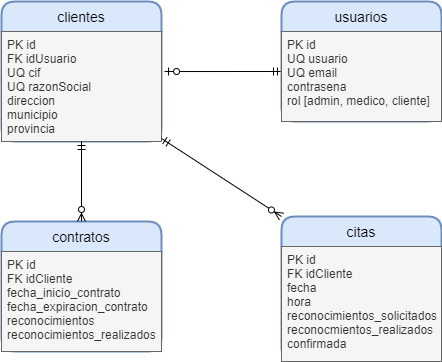
rubenfgr/gestion-citas-medicas keeps this draw.io diagram as drawio/relacional.png. Above is the earlier version. Source tidied: cells renumbered, new cells last; positions are measured from the earlier drawing's top-left corner, leaving out a move shared by most shapes.
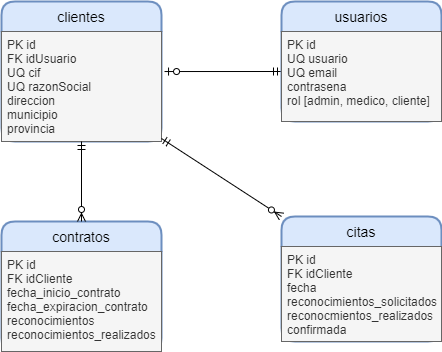
Later version of the same file.

What changed in the source:
```diff
@@ -29,10 +29,10 @@
       <mxGeometry relative="1" as="geometry" />
     </mxCell>
     <mxCell id="10" value="citas" style="swimlane;horizontal=1;startSize=30;rounded=1;fontSize=14;fontStyle=0;strokeWidth=2;shadow=0;dashed=0;align=center;fillColor=#dae8fc;strokeColor=#6c8ebf;swimlaneLine=0;" parent="1" vertex="1">
-      <mxGeometry x="280" y="215" width="160" height="145" as="geometry" />
+      <mxGeometry x="280" y="215" width="160" height="125" as="geometry" />
     </mxCell>
-    <mxCell id="11" value="PK id&#10;FK idCliente&#10;fecha&#10;hora&#10;reconocimientos_solicitados&#10;reconocmientos_realizados&#10;confirmada" style="align=left;spacingLeft=4;fontSize=12;verticalAlign=top;fillColor=#f5f5f5;strokeColor=#666666;fontColor=#333333;rounded=0;glass=0;" parent="10" vertex="1">
-      <mxGeometry y="30" width="160" height="115" as="geometry" />
+    <mxCell id="11" value="PK id&#10;FK idCliente&#10;fecha&#10;reconocimientos_solicitados&#10;reconocmientos_realizados&#10;confirmada" style="align=left;spacingLeft=4;fontSize=12;verticalAlign=top;fillColor=#f5f5f5;strokeColor=#666666;fontColor=#333333;rounded=0;glass=0;" parent="10" vertex="1">
+      <mxGeometry y="30" width="160" height="95" as="geometry" />
     </mxCell>
     <mxCell id="12" style="rounded=0;jettySize=auto;html=1;entryX=0;entryY=0;entryDx=0;entryDy=0;startArrow=ERmandOne;startFill=0;endArrow=ERzeroToMany;endFill=1;" parent="1" edge="1" source="3" target="10">
       <mxGeometry relative="1" as="geometry" />
```
